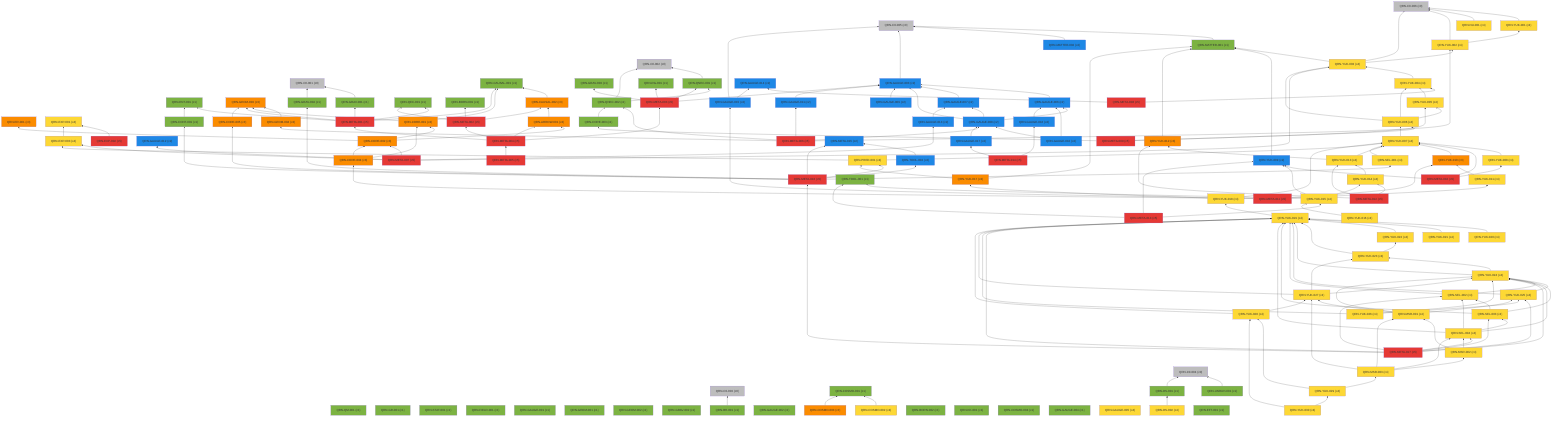
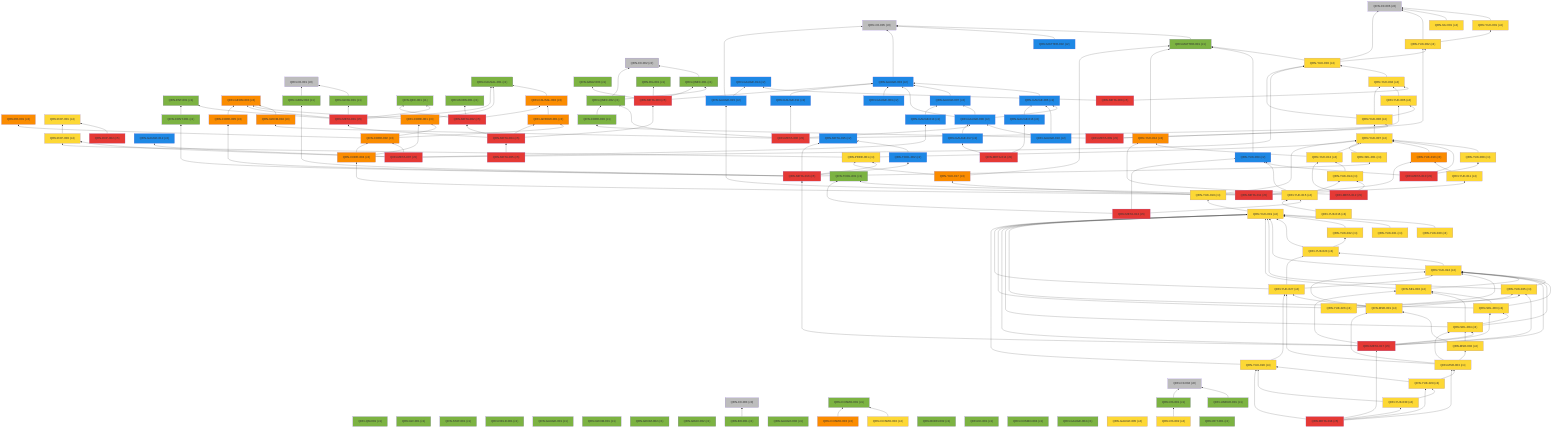
%% 自動生成 (dag/report.pl) — QRN 主張依存グラフ
graph BT
  QRN_C0_001["QRN-C0-001 (c0)"]:::c0
  QRN_C0_002["QRN-C0-002 (c0)"]:::c0
  QRN_C0_003["QRN-C0-003 (c0)"]:::c0
  QRN_C0_004["QRN-C0-004 (c0)"]:::c0
  QRN_C0_005["QRN-C0-005 (c0)"]:::c0
  QRN_C0_006["QRN-C0-006 (c0)"]:::c0
  QRN_QM_001["QRN-QM-001 (c1)"]:::c1
  QRN_GR_001["QRN-GR-001 (c1)"]:::c1
  QRN_STAT_001["QRN-STAT-001 (c1)"]:::c1
  QRN_FIELD_001["QRN-FIELD-001 (c1)"]:::c1
  QRN_GAUGE_001["QRN-GAUGE-001 (c1)"]:::c1
  QRN_ENT_001["QRN-ENT-001 (c1)"]:::c1
  QRN_GEOM_001["QRN-GEOM-001 (c1)"]:::c1
  QRN_GEOM_002["QRN-GEOM-002 (c1)"]:::c1
  QRN_GEOM_003["QRN-GEOM-003 (c3)"]:::c3
  QRN_GRAV_001["QRN-GRAV-001 (c1)"]:::c1
  QRN_GRAV_002["QRN-GRAV-002 (c1)"]:::c1
  QRN_BH_001["QRN-BH-001 (c1)"]:::c1
  QRN_CAUSAL_001["QRN-CAUSAL-001 (c1)"]:::c1
  QRN_CAUSAL_002["QRN-CAUSAL-002 (c3)"]:::c3
  QRN_ER_001["QRN-ER-001 (c3)"]:::c3
  QRN_QEC_001["QRN-QEC-001 (c1)"]:::c1
  QRN_GAUGE_002["QRN-GAUGE-002 (c1)"]:::c1
  QRN_COSMO_001["QRN-COSMO-001 (c1)"]:::c1
  QRN_COSMO_002["QRN-COSMO-002 (c4)"]:::c4
  QRN_COSMO_003["QRN-COSMO-003 (c3)"]:::c3
  QRN_BORN_001["QRN-BORN-001 (c1)"]:::c1
  QRN_BORN_002["QRN-BORN-002 (c1)"]:::c1
  QRN_GRAV_003["QRN-GRAV-003 (c1)"]:::c1
  QRN_KK_001["QRN-KK-001 (c1)"]:::c1
  QRN_MATTER_001["QRN-MATTER-001 (c1)"]:::c1
  QRN_MATTER_002["QRN-MATTER-002 (c2)"]:::c2
  QRN_COSMO_004["QRN-COSMO-004 (c1)"]:::c1
  QRN_EXP_001["QRN-EXP-001 (c4)"]:::c4
  QRN_GAUGE_003["QRN-GAUGE-003 (c2)"]:::c2
  QRN_GAUGE_004["QRN-GAUGE-004 (c1)"]:::c1
  QRN_GAUGE_005["QRN-GAUGE-005 (c4)"]:::c4
  QRN_YUK_001["QRN-YUK-001 (c4)"]:::c4
  QRN_RG_001["QRN-RG-001 (c1)"]:::c1
  QRN_UNRUH_001["QRN-UNRUH-001 (c1)"]:::c1
  QRN_QNEC_001["QRN-QNEC-001 (c1)"]:::c1
  QRN_NU_001["QRN-NU-001 (c4)"]:::c4
  QRN_GAUGE_006["QRN-GAUGE-006 (c2)"]:::c2
  QRN_DS_001["QRN-DS-001 (c1)"]:::c1
  QRN_DS_002["QRN-DS-002 (c4)"]:::c4
  QRN_ARROW_001["QRN-ARROW-001 (c3)"]:::c3
  QRN_GAUGE_007["QRN-GAUGE-007 (c2)"]:::c2
  QRN_EFT_001["QRN-EFT-001 (c1)"]:::c1
  QRN_GAUGE_008["QRN-GAUGE-008 (c2)"]:::c2
  QRN_GAUGE_009["QRN-GAUGE-009 (c2)"]:::c2
  QRN_GAUGE_010["QRN-GAUGE-010 (c2)"]:::c2
  QRN_QNEC_002["QRN-QNEC-002 (c1)"]:::c1
  QRN_GEOM_004["QRN-GEOM-004 (c3)"]:::c3
  QRN_YUK_002["QRN-YUK-002 (c4)"]:::c4
  QRN_EXP_002["QRN-EXP-002 (c5)"]:::c5
  QRN_CORE_001["QRN-CORE-001 (c3)"]:::c3
  QRN_GAUGE_011["QRN-GAUGE-011 (c2)"]:::c2
  QRN_GAUGE_012["QRN-GAUGE-012 (c2)"]:::c2
  QRN_YUK_003["QRN-YUK-003 (c4)"]:::c4
  QRN_EXP_003["QRN-EXP-003 (c4)"]:::c4
  QRN_CORE_002["QRN-CORE-002 (c3)"]:::c3
  QRN_GAUGE_013["QRN-GAUGE-013 (c2)"]:::c2
  QRN_YUK_004["QRN-YUK-004 (c4)"]:::c4
  QRN_GAUGE_014["QRN-GAUGE-014 (c2)"]:::c2
  QRN_META_001["QRN-META-001 (c5)"]:::c5
  QRN_META_002["QRN-META-002 (c5)"]:::c5
  QRN_META_003["QRN-META-003 (c5)"]:::c5
  QRN_META_004["QRN-META-004 (c5)"]:::c5
  QRN_META_005["QRN-META-005 (c5)"]:::c5
  QRN_META_006["QRN-META-006 (c5)"]:::c5
  QRN_META_007["QRN-META-007 (c5)"]:::c5
  QRN_META_008["QRN-META-008 (c5)"]:::c5
  QRN_YUK_005["QRN-YUK-005 (c4)"]:::c4
  QRN_YUK_006["QRN-YUK-006 (c4)"]:::c4
  QRN_CORE_003["QRN-CORE-003 (c1)"]:::c1
  QRN_META_009["QRN-META-009 (c5)"]:::c5
  QRN_YUK_007["QRN-YUK-007 (c4)"]:::c4
  QRN_YUK_008["QRN-YUK-008 (c4)"]:::c4
  QRN_YUK_009["QRN-YUK-009 (c2)"]:::c2
  QRN_META_010["QRN-META-010 (c5)"]:::c5
  QRN_GAUGE_015["QRN-GAUGE-015 (c2)"]:::c2
  QRN_YUK_010["QRN-YUK-010 (c3)"]:::c3
  QRN_YUK_011["QRN-YUK-011 (c4)"]:::c4
  QRN_CORE_004["QRN-CORE-004 (c3)"]:::c3
  QRN_META_011["QRN-META-011 (c5)"]:::c5
  QRN_YUK_012["QRN-YUK-012 (c3)"]:::c3
  QRN_YUK_013["QRN-YUK-013 (c4)"]:::c4
  QRN_YUK_014["QRN-YUK-014 (c4)"]:::c4
  QRN_META_012["QRN-META-012 (c5)"]:::c5
  QRN_TOOL_001["QRN-TOOL-001 (c1)"]:::c1
  QRN_YUK_015["QRN-YUK-015 (c4)"]:::c4
  QRN_META_013["QRN-META-013 (c5)"]:::c5
  QRN_GAUGE_016["QRN-GAUGE-016 (c2)"]:::c2
  QRN_GAUGE_017["QRN-GAUGE-017 (c2)"]:::c2
  QRN_META_014["QRN-META-014 (c5)"]:::c5
  QRN_META_015["QRN-META-015 (c2)"]:::c2
  QRN_TOOL_002["QRN-TOOL-002 (c2)"]:::c2
  QRN_CORE_005["QRN-CORE-005 (c3)"]:::c3
  QRN_CONT_001["QRN-CONT-001 (c1)"]:::c1
  QRN_SEL_001["QRN-SEL-001 (c4)"]:::c4
  QRN_GRAV_004["QRN-GRAV-004 (c1)"]:::c1
  QRN_PRED_001["QRN-PRED-001 (c4)"]:::c4
  QRN_META_016["QRN-META-016 (c5)"]:::c5
  QRN_YUK_016["QRN-YUK-016 (c4)"]:::c4
  QRN_YUK_017["QRN-YUK-017 (c3)"]:::c3
  QRN_YUK_018["QRN-YUK-018 (c4)"]:::c4
  QRN_YUK_019["QRN-YUK-019 (c4)"]:::c4
  QRN_YUK_020["QRN-YUK-020 (c4)"]:::c4
  QRN_YUK_021["QRN-YUK-021 (c4)"]:::c4
  QRN_YUK_022["QRN-YUK-022 (c4)"]:::c4
  QRN_YUK_023["QRN-YUK-023 (c4)"]:::c4
  QRN_YUK_024["QRN-YUK-024 (c4)"]:::c4
  QRN_YUK_025["QRN-YUK-025 (c4)"]:::c4
  QRN_SEL_002["QRN-SEL-002 (c4)"]:::c4
  QRN_SEL_003["QRN-SEL-003 (c4)"]:::c4
  QRN_SEL_004["QRN-SEL-004 (c4)"]:::c4
  QRN_META_017["QRN-META-017 (c5)"]:::c5
  QRN_YUK_026["QRN-YUK-026 (c4)"]:::c4
  QRN_YUK_027["QRN-YUK-027 (c4)"]:::c4
  QRN_MSR_001["QRN-MSR-001 (c4)"]:::c4
  QRN_MSR_002["QRN-MSR-002 (c4)"]:::c4
  QRN_MSR_003["QRN-MSR-003 (c4)"]:::c4
  QRN_YUK_028["QRN-YUK-028 (c4)"]:::c4
  QRN_YUK_029["QRN-YUK-029 (c4)"]:::c4
  QRN_YUK_030["QRN-YUK-030 (c4)"]:::c4
+   QRN_META_018["QRN-META-018 (c5)"]:::c5
  QRN_GRAV_001 --> QRN_C0_001
  QRN_BH_001 --> QRN_C0_003
  QRN_CAUSAL_002 --> QRN_CAUSAL_001
  QRN_COSMO_002 --> QRN_COSMO_001
  QRN_COSMO_003 --> QRN_COSMO_001
  QRN_MATTER_001 --> QRN_C0_005
  QRN_MATTER_002 --> QRN_C0_005
  QRN_GAUGE_003 --> QRN_C0_005
  QRN_YUK_001 --> QRN_C0_006
  QRN_UNRUH_001 --> QRN_C0_004
  QRN_QNEC_001 --> QRN_C0_002
  QRN_NU_001 --> QRN_C0_006
  QRN_GAUGE_006 --> QRN_GAUGE_003
  QRN_DS_001 --> QRN_C0_004
  QRN_DS_002 --> QRN_DS_001
  QRN_ARROW_001 --> QRN_CAUSAL_002
  QRN_GAUGE_007 --> QRN_GAUGE_003
  QRN_GAUGE_008 --> QRN_GAUGE_003
  QRN_GAUGE_008 --> QRN_GAUGE_006
  QRN_GAUGE_008 --> QRN_GAUGE_007
  QRN_GAUGE_009 --> QRN_GAUGE_003
  QRN_GAUGE_010 --> QRN_GAUGE_006
  QRN_GAUGE_010 --> QRN_GAUGE_008
  QRN_QNEC_002 --> QRN_C0_002
  QRN_QNEC_002 --> QRN_QNEC_001
  QRN_GEOM_004 --> QRN_GEOM_003
  QRN_YUK_002 --> QRN_C0_006
  QRN_YUK_002 --> QRN_YUK_001
  QRN_EXP_002 --> QRN_EXP_001
  QRN_CORE_001 --> QRN_GEOM_003
  QRN_CORE_001 --> QRN_CAUSAL_001
  QRN_GAUGE_011 --> QRN_GAUGE_003
  QRN_YUK_003 --> QRN_C0_006
  QRN_YUK_003 --> QRN_MATTER_001
  QRN_YUK_003 --> QRN_YUK_002
  QRN_EXP_003 --> QRN_EXP_001
  QRN_CORE_002 --> QRN_CORE_001
  QRN_CORE_002 --> QRN_ER_001
  QRN_CORE_002 --> QRN_ARROW_001
  QRN_GAUGE_013 --> QRN_GAUGE_007
  QRN_YUK_004 --> QRN_YUK_003
  QRN_META_001 --> QRN_GEOM_003
  QRN_META_001 --> QRN_GRAV_001
  QRN_META_001 --> QRN_CAUSAL_001
  QRN_META_001 --> QRN_QEC_001
  QRN_META_001 --> QRN_ENT_001
  QRN_META_002 --> QRN_QEC_001
  QRN_META_002 --> QRN_BORN_001
  QRN_META_002 --> QRN_CAUSAL_002
  QRN_META_003 --> QRN_GAUGE_003
  QRN_META_003 --> QRN_RG_001
  QRN_META_003 --> QRN_QNEC_001
  QRN_META_003 --> QRN_GRAV_003
  QRN_META_004 --> QRN_META_001
  QRN_META_004 --> QRN_META_002
  QRN_META_004 --> QRN_META_003
  QRN_META_004 --> QRN_ARROW_001
  QRN_META_005 --> QRN_META_004
  QRN_META_006 --> QRN_GAUGE_008
  QRN_META_006 --> QRN_QNEC_002
  QRN_META_006 --> QRN_GEOM_004
  QRN_META_006 --> QRN_YUK_002
  QRN_META_006 --> QRN_GAUGE_011
  QRN_META_007 --> QRN_GAUGE_012
  QRN_META_007 --> QRN_YUK_003
  QRN_META_007 --> QRN_EXP_003
  QRN_META_007 --> QRN_CORE_002
  QRN_META_007 --> QRN_GAUGE_013
  QRN_META_008 --> QRN_YUK_004
  QRN_META_008 --> QRN_GAUGE_014
  QRN_YUK_005 --> QRN_YUK_004
  QRN_YUK_006 --> QRN_YUK_003
  QRN_YUK_006 --> QRN_YUK_004
  QRN_YUK_006 --> QRN_YUK_005
  QRN_CORE_003 --> QRN_QNEC_002
  QRN_META_009 --> QRN_YUK_005
  QRN_META_009 --> QRN_YUK_006
  QRN_META_009 --> QRN_CORE_003
  QRN_YUK_007 --> QRN_YUK_006
  QRN_YUK_008 --> QRN_YUK_007
  QRN_YUK_009 --> QRN_MATTER_001
  QRN_META_010 --> QRN_YUK_007
  QRN_META_010 --> QRN_YUK_008
  QRN_META_010 --> QRN_YUK_009
  QRN_GAUGE_015 --> QRN_C0_005
  QRN_GAUGE_015 --> QRN_GAUGE_014
  QRN_YUK_010 --> QRN_YUK_007
  QRN_YUK_011 --> QRN_YUK_010
  QRN_CORE_004 --> QRN_CORE_001
  QRN_CORE_004 --> QRN_CORE_002
  QRN_META_011 --> QRN_GAUGE_015
  QRN_META_011 --> QRN_YUK_010
  QRN_META_011 --> QRN_YUK_011
  QRN_META_011 --> QRN_CORE_004
  QRN_YUK_012 --> QRN_MATTER_001
  QRN_YUK_013 --> QRN_YUK_012
  QRN_YUK_013 --> QRN_YUK_007
  QRN_YUK_014 --> QRN_YUK_013
  QRN_META_012 --> QRN_YUK_012
  QRN_META_012 --> QRN_YUK_013
  QRN_META_012 --> QRN_YUK_014
  QRN_YUK_015 --> QRN_YUK_014
  QRN_YUK_015 --> QRN_TOOL_001
  QRN_YUK_015 --> QRN_YUK_009
  QRN_META_013 --> QRN_YUK_015
  QRN_META_013 --> QRN_TOOL_001
  QRN_META_013 --> QRN_YUK_009
  QRN_GAUGE_016 --> QRN_GAUGE_006
  QRN_GAUGE_017 --> QRN_GAUGE_008
  QRN_META_014 --> QRN_GAUGE_016
  QRN_META_014 --> QRN_GAUGE_017
  QRN_TOOL_002 --> QRN_META_015
  QRN_CORE_005 --> QRN_GEOM_003
  QRN_CONT_001 --> QRN_ENT_001
  QRN_SEL_001 --> QRN_YUK_007
  QRN_GRAV_004 --> QRN_C0_001
  QRN_PRED_001 --> QRN_YUK_007
  QRN_PRED_001 --> QRN_EXP_003
  QRN_META_016 --> QRN_META_015
  QRN_META_016 --> QRN_TOOL_002
  QRN_META_016 --> QRN_CORE_005
  QRN_META_016 --> QRN_CONT_001
  QRN_META_016 --> QRN_SEL_001
  QRN_META_016 --> QRN_GRAV_004
  QRN_META_016 --> QRN_PRED_001
  QRN_YUK_016 --> QRN_YUK_015
  QRN_YUK_017 --> QRN_MATTER_001
  QRN_YUK_017 --> QRN_PRED_001
  QRN_YUK_018 --> QRN_YUK_017
  QRN_YUK_018 --> QRN_YUK_007
  QRN_YUK_019 --> QRN_YUK_018
  QRN_YUK_020 --> QRN_YUK_019
  QRN_YUK_021 --> QRN_YUK_019
  QRN_YUK_022 --> QRN_YUK_019
  QRN_YUK_023 --> QRN_YUK_019
  QRN_YUK_023 --> QRN_YUK_022
  QRN_YUK_024 --> QRN_YUK_019
  QRN_YUK_024 --> QRN_YUK_023
  QRN_YUK_025 --> QRN_YUK_019
  QRN_YUK_025 --> QRN_YUK_024
  QRN_SEL_002 --> QRN_YUK_019
  QRN_SEL_002 --> QRN_YUK_024
  QRN_SEL_003 --> QRN_YUK_019
  QRN_SEL_003 --> QRN_YUK_024
  QRN_SEL_003 --> QRN_SEL_002
  QRN_SEL_004 --> QRN_YUK_019
  QRN_SEL_004 --> QRN_YUK_024
  QRN_SEL_004 --> QRN_SEL_002
  QRN_SEL_004 --> QRN_SEL_003
  QRN_META_017 --> QRN_META_016
  QRN_META_017 --> QRN_YUK_019
  QRN_META_017 --> QRN_YUK_024
  QRN_META_017 --> QRN_YUK_025
  QRN_META_017 --> QRN_SEL_002
  QRN_META_017 --> QRN_SEL_003
  QRN_META_017 --> QRN_SEL_004
  QRN_YUK_026 --> QRN_YUK_019
  QRN_YUK_026 --> QRN_YUK_024
  QRN_YUK_026 --> QRN_YUK_025
  QRN_YUK_027 --> QRN_YUK_019
  QRN_YUK_027 --> QRN_YUK_023
  QRN_YUK_027 --> QRN_YUK_024
  QRN_MSR_001 --> QRN_YUK_024
  QRN_MSR_001 --> QRN_YUK_025
  QRN_MSR_001 --> QRN_YUK_027
  QRN_MSR_002 --> QRN_SEL_004
  QRN_MSR_002 --> QRN_MSR_001
  QRN_MSR_003 --> QRN_MSR_001
  QRN_MSR_003 --> QRN_MSR_002
  QRN_MSR_003 --> QRN_SEL_004
  QRN_MSR_003 --> QRN_YUK_027
  QRN_YUK_028 --> QRN_YUK_019
  QRN_YUK_028 --> QRN_YUK_027
  QRN_YUK_029 --> QRN_YUK_028
  QRN_YUK_029 --> QRN_MSR_003
  QRN_YUK_030 --> QRN_YUK_028
  QRN_YUK_030 --> QRN_YUK_029
+   QRN_META_018 --> QRN_META_017
+   QRN_META_018 --> QRN_MSR_003
+   QRN_META_018 --> QRN_YUK_028
+   QRN_META_018 --> QRN_YUK_029
+   QRN_META_018 --> QRN_YUK_030
  classDef c0 fill:#bdbdbd
  classDef c1 fill:#7cb342
  classDef c2 fill:#1e88e5
  classDef c3 fill:#fb8c00
  classDef c4 fill:#fdd835
  classDef c5 fill:#e53935
